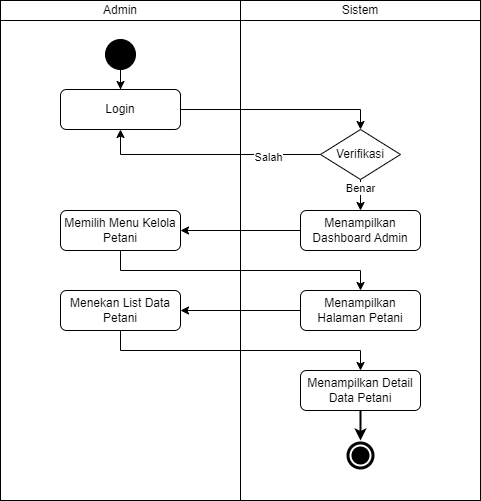
Earlier version of the draw.io export docs/activity-diagram/farmers/detail-farmer.drawio.png (mitra-agro-usaha-perkebunan/maup-app-docs). Source tidied: cells renumbered, new cells last; positions are measured from the earlier drawing's top-left corner, leaving out a move shared by most shapes.
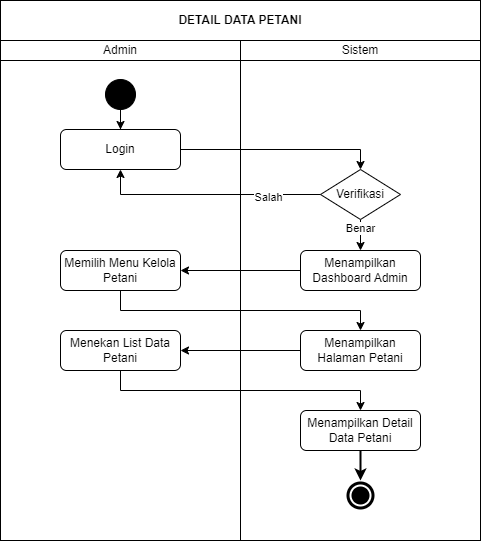
Later version of the same file.

Diff of the diagram source:
```diff
@@ -97,5 +97,8 @@
     <mxCell id="25" value="Salah" style="edgeLabel;html=1;align=center;verticalAlign=middle;" parent="24" vertex="1">
       <mxGeometry x="-0.53" y="2" relative="1" as="geometry" />
     </mxCell>
+    <mxCell id="26" value="&lt;b&gt;DETAIL DATA PETANI&lt;/b&gt;" style="rounded=0;whiteSpace=wrap;html=1;" parent="1" vertex="1">
+      <mxGeometry y="-40" width="480" height="40" as="geometry" />
+    </mxCell>
   </root>
 </mxGraphModel>
```
